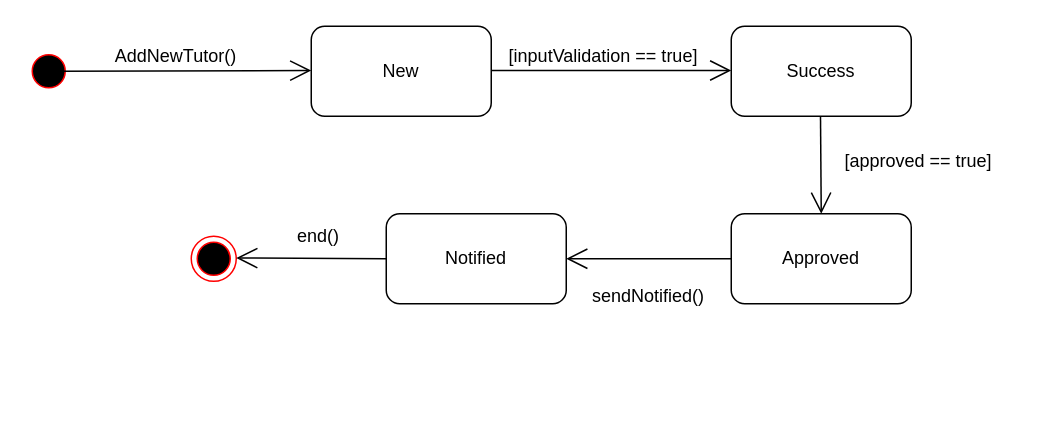
Earlier version of the draw.io diagram page "State Diagram" (3 of 3) of OOAD DIAGRAM/SequenceDiagram.drawio (Jerald13/SemV2-Drawio). Source tidied: cells renumbered, new cells numbered last; positions are measured from the earlier drawing's top-left corner, leaving out a move shared by most shapes. Both pictures are drawn from the tidied source at 150%, with x=0, y=0 at pixel (26, 26).
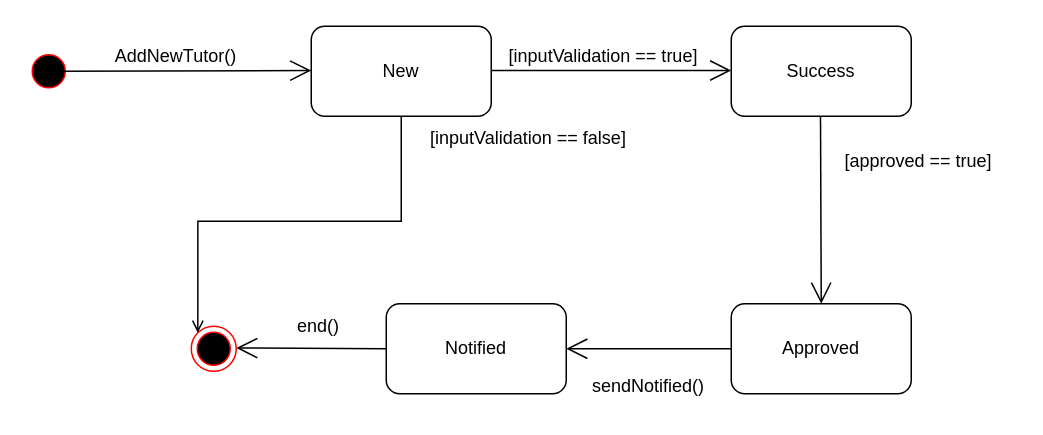
The same diagram, later.

The change refers to these unchanged cells:
```xml
<mxCell id="6" value="New" style="rounded=1;whiteSpace=wrap;html=1;" parent="1" vertex="1">
  <mxGeometry x="190" width="120" height="60" as="geometry" />
</mxCell>
```

The edit, as a diff of the source:
```diff
@@
     <mxCell id="2" style="ellipse;html=1;shape=endState;fillColor=#000000;strokeColor=#ff0000;" parent="1" vertex="1">
-      <mxGeometry x="110" y="140" width="30" height="30" as="geometry" />
+      <mxGeometry x="110" y="200" width="30" height="30" as="geometry" />
     </mxCell>
@@
+    <mxCell id="18" style="edgeStyle=orthogonalEdgeStyle;rounded=0;jettySize=auto;html=1;exitX=0.5;exitY=1;exitDx=0;exitDy=0;entryX=0;entryY=0;entryDx=0;entryDy=0;endArrow=open;endFill=0;" parent="1" edge="1" source="6" target="2">
+      <mxGeometry relative="1" as="geometry" />
+    </mxCell>
@@
     <mxCell id="12" value="Approved" style="rounded=1;whiteSpace=wrap;html=1;" parent="1" vertex="1">
-      <mxGeometry x="470" y="125" width="120" height="60" as="geometry" />
+      <mxGeometry x="470" y="185" width="120" height="60" as="geometry" />
     </mxCell>
     <mxCell id="13" value="Notified" style="rounded=1;whiteSpace=wrap;html=1;" parent="1" vertex="1">
-      <mxGeometry x="240" y="125" width="120" height="60" as="geometry" />
+      <mxGeometry x="240" y="185" width="120" height="60" as="geometry" />
     </mxCell>
     <mxCell id="14" style="endArrow=open;endFill=1;endSize=12;html=1;rounded=0;" parent="1" edge="1" target="13">
       <mxGeometry relative="1" as="geometry">
-        <mxPoint x="470" y="155" as="sourcePoint" />
+        <mxPoint x="470" y="215" as="sourcePoint" />
       </mxGeometry>
     </mxCell>
     <mxCell id="15" value="sendNotified()" style="text;html=1;strokeColor=none;fillColor=none;align=center;verticalAlign=middle;whiteSpace=wrap;rounded=0;" parent="1" vertex="1">
-      <mxGeometry x="350" y="165" width="130" height="30" as="geometry" />
+      <mxGeometry x="350" y="225" width="130" height="30" as="geometry" />
     </mxCell>
     <mxCell id="16" style="endArrow=open;endFill=1;endSize=12;html=1;rounded=0;" parent="1" edge="1">
       <mxGeometry relative="1" as="geometry">
-        <mxPoint x="240" y="155" as="sourcePoint" />
-        <mxPoint x="140" y="154.5" as="targetPoint" />
+        <mxPoint x="240" y="215" as="sourcePoint" />
+        <mxPoint x="140" y="214.5" as="targetPoint" />
       </mxGeometry>
     </mxCell>
     <mxCell id="17" value="end()" style="text;html=1;strokeColor=none;fillColor=none;align=center;verticalAlign=middle;whiteSpace=wrap;rounded=0;" parent="1" vertex="1">
-      <mxGeometry x="130" y="125" width="130" height="30" as="geometry" />
+      <mxGeometry x="130" y="185" width="130" height="30" as="geometry" />
     </mxCell>
+    <mxCell id="19" value="[inputValidation == false]" style="text;html=1;strokeColor=none;fillColor=none;align=center;verticalAlign=middle;whiteSpace=wrap;rounded=0;" parent="1" vertex="1">
+      <mxGeometry x="260" y="60" width="150" height="30" as="geometry" />
+    </mxCell>
```
